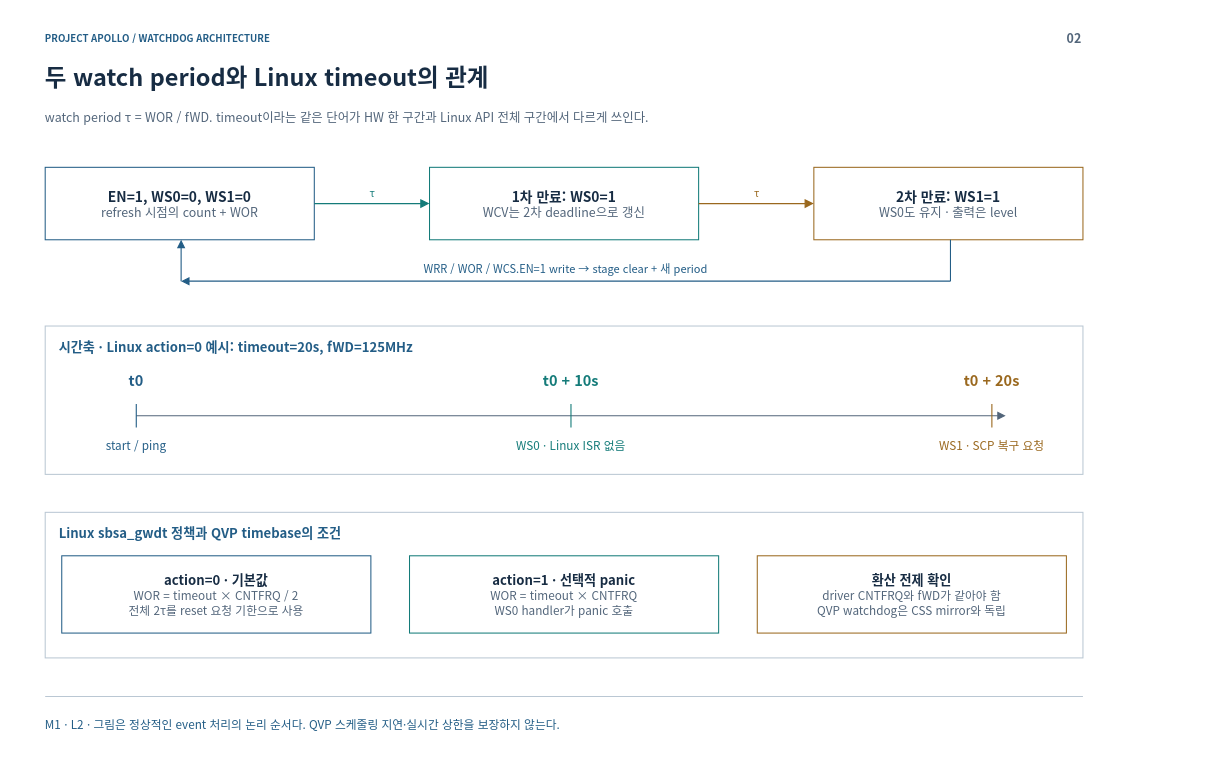
Earlier version of the draw.io diagram page "02-stages" (2 of 20) of doc/phase1/watchdog/apollo-watchdog-architecture.drawio (cometzero/project-apollo). Source tidied: cells renumbered, new cells numbered last; positions are measured from the earlier drawing's top-left corner, leaving out a move shared by most shapes. Both pictures are drawn from the tidied source at 69%, with x=0, y=0 at pixel (12, 12).
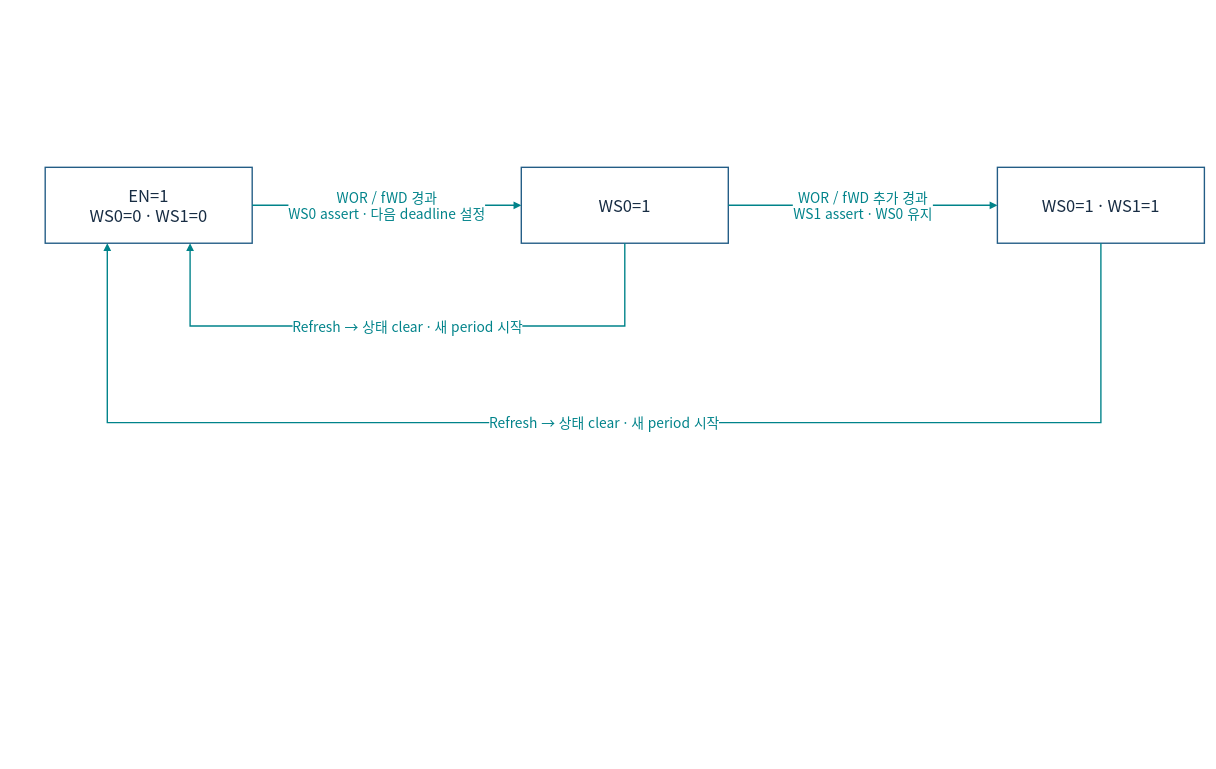
After the change.

Diff of the diagram source:
```diff
@@
-    <mxCell id="2" style="rounded=0;whiteSpace=wrap;html=1;fillColor=#FFFFFF;strokeWidth=1.5;fontFamily=Noto Sans CJK KR;fontSize=18;spacing=12;fontColor=#172C43;strokeColor=none;" parent="1" vertex="1">
-      <mxGeometry width="1600" height="1080" as="geometry" />
-    </mxCell>
-    <mxCell id="3" value="PROJECT APOLLO / WATCHDOG ARCHITECTURE" style="rounded=0;whiteSpace=wrap;html=1;fillColor=#FFFFFF;strokeWidth=1.5;fontFamily=Noto Sans CJK KR;fontSize=18;spacing=12;fontColor=#172C43;strokeColor=none;fillColor=none;spacing=0;align=left;verticalAlign=middle;fontSize=14;fontColor=#235D86;fontStyle=1;" parent="1" vertex="1">
-      <mxGeometry x="48" y="26" width="1400" height="24" as="geometry" />
-    </mxCell>
-    <mxCell id="4" value="02" style="rounded=0;whiteSpace=wrap;html=1;fillColor=#FFFFFF;strokeWidth=1.5;fontFamily=Noto Sans CJK KR;fontSize=18;spacing=12;fontColor=#172C43;strokeColor=none;fillColor=none;spacing=0;align=right;verticalAlign=middle;fontSize=18;fontColor=#52657A;fontStyle=1;" parent="1" vertex="1">
-      <mxGeometry x="1485" y="23" width="65" height="30" as="geometry" />
-    </mxCell>
-    <mxCell id="5" value="두 watch period와 Linux timeout의 관계" style="rounded=0;whiteSpace=wrap;html=1;fillColor=#FFFFFF;strokeWidth=1.5;fontFamily=Noto Sans CJK KR;fontSize=18;spacing=12;fontColor=#172C43;strokeColor=none;fillColor=none;spacing=0;align=left;verticalAlign=middle;fontSize=34;fontColor=#172C43;fontStyle=1;" parent="1" vertex="1">
-      <mxGeometry x="48" y="67" width="1504" height="54" as="geometry" />
-    </mxCell>
-    <mxCell id="6" value="watch period τ = WOR / fWD. timeout이라는 같은 단어가 HW 한 구간과 Linux API 전체 구간에서 다르게 쓰인다." style="rounded=0;whiteSpace=wrap;html=1;fillColor=#FFFFFF;strokeWidth=1.5;fontFamily=Noto Sans CJK KR;fontSize=18;spacing=12;fontColor=#172C43;strokeColor=none;fillColor=none;spacing=0;align=left;verticalAlign=middle;fontSize=18;fontColor=#52657A;fontStyle=0;" parent="1" vertex="1">
-      <mxGeometry x="48" y="127" width="1504" height="50" as="geometry" />
-    </mxCell>
-    <mxCell id="7" style="html=1;whiteSpace=nowrap;edgeStyle=none;endArrow=none;endSize=8;strokeWidth=1.6;strokeColor=#BAC7D3;fontColor=#BAC7D3;fontFamily=Noto Sans CJK KR;fontSize=16;labelBackgroundColor=#FFFFFF;dashed=0;" parent="1" edge="1">
-      <mxGeometry relative="1" as="geometry">
-        <mxPoint x="48" y="992" as="sourcePoint" />
-        <mxPoint x="1552" y="992" as="targetPoint" />
-      </mxGeometry>
-    </mxCell>
-    <mxCell id="8" value="M1 · L2 · 그림은 정상적인 event 처리의 논리 순서다. QVP 스케줄링 지연·실시간 상한을 보장하지 않는다." style="rounded=0;whiteSpace=wrap;html=1;fillColor=#FFFFFF;strokeWidth=1.5;fontFamily=Noto Sans CJK KR;fontSize=18;spacing=12;fontColor=#172C43;strokeColor=none;fillColor=none;spacing=0;align=left;verticalAlign=middle;fontSize=17;fontColor=#235D86;fontStyle=0;" parent="1" vertex="1">
-      <mxGeometry x="48" y="1007" width="1504" height="50" as="geometry" />
-    </mxCell>
-    <mxCell id="9" value="&lt;b style=&quot;font-size:20px&quot;&gt;EN=1, WS0=0, WS1=0&lt;/b&gt;&lt;br&gt;&lt;font color=&quot;#52657A&quot; style=&quot;font-size:18px&quot;&gt;refresh 시점의 count + WOR&lt;/font&gt;" style="rounded=0;whiteSpace=wrap;html=1;fillColor=#FFFFFF;strokeWidth=1.5;fontFamily=Noto Sans CJK KR;fontSize=18;spacing=12;fontColor=#172C43;strokeColor=#235D86;" parent="1" vertex="1">
-      <mxGeometry x="48" y="225" width="390" height="105" as="geometry" />
+    <mxCell id="9" value="EN=1&lt;br&gt;WS0=0 · WS1=0" style="rounded=0;whiteSpace=wrap;html=1;fillColor=#FFFFFF;strokeColor=#235D86;strokeWidth=2;fontColor=#172C43;fontFamily=Noto Sans CJK KR;fontSize=24;spacing=10;" parent="1" vertex="1">
+      <mxGeometry x="48" y="225" width="300" height="110" as="geometry" />
     </mxCell>
-    <mxCell id="10" value="&lt;b style=&quot;font-size:20px&quot;&gt;1차 만료: WS0=1&lt;/b&gt;&lt;br&gt;&lt;font color=&quot;#52657A&quot; style=&quot;font-size:18px&quot;&gt;WCV는 2차 deadline으로 갱신&lt;/font&gt;" style="rounded=0;whiteSpace=wrap;html=1;fillColor=#FFFFFF;strokeWidth=1.5;fontFamily=Noto Sans CJK KR;fontSize=18;spacing=12;fontColor=#172C43;strokeColor=#147B79;" parent="1" vertex="1">
-      <mxGeometry x="605" y="225" width="390" height="105" as="geometry" />
-    </mxCell>
-    <mxCell id="11" value="&lt;b style=&quot;font-size:20px&quot;&gt;2차 만료: WS1=1&lt;/b&gt;&lt;br&gt;&lt;font color=&quot;#52657A&quot; style=&quot;font-size:18px&quot;&gt;WS0도 유지 · 출력은 level&lt;/font&gt;" style="rounded=0;whiteSpace=wrap;html=1;fillColor=#FFFFFF;strokeWidth=1.5;fontFamily=Noto Sans CJK KR;fontSize=18;spacing=12;fontColor=#172C43;strokeColor=#9A681E;" parent="1" vertex="1">
-      <mxGeometry x="1162" y="225" width="390" height="105" as="geometry" />
-    </mxCell>
-    <mxCell id="12" value="τ" style="html=1;whiteSpace=nowrap;edgeStyle=orthogonalEdgeStyle;rounded=0;endArrow=block;endSize=9;strokeWidth=1.7;strokeColor=#147B79;fontColor=#147B79;fontFamily=Noto Sans CJK KR;fontSize=15;labelBackgroundColor=#FFFFFF;" parent="1" edge="1" source="9" target="10">
-      <mxGeometry relative="1" as="geometry">
-        <mxPoint y="-16" as="offset" />
-      </mxGeometry>
-    </mxCell>
-    <mxCell id="13" value="τ" style="html=1;whiteSpace=nowrap;edgeStyle=orthogonalEdgeStyle;rounded=0;endArrow=block;endSize=9;strokeWidth=1.7;strokeColor=#9A681E;fontColor=#9A681E;fontFamily=Noto Sans CJK KR;fontSize=15;labelBackgroundColor=#FFFFFF;" parent="1" edge="1" source="10" target="11">
-      <mxGeometry relative="1" as="geometry">
-        <mxPoint y="-16" as="offset" />
-      </mxGeometry>
-    </mxCell>
-    <mxCell id="14" style="html=1;whiteSpace=nowrap;edgeStyle=none;endArrow=none;endSize=8;strokeWidth=1.6;strokeColor=#235D86;fontColor=#235D86;fontFamily=Noto Sans CJK KR;fontSize=16;labelBackgroundColor=#FFFFFF;dashed=0;" parent="1" edge="1">
-      <mxGeometry relative="1" as="geometry">
-        <mxPoint x="1360" y="330" as="sourcePoint" />
-        <mxPoint x="1360" y="390" as="targetPoint" />
-      </mxGeometry>
-    </mxCell>
-    <mxCell id="15" value="WRR / WOR / WCS.EN=1 write → stage clear + 새 period" style="html=1;whiteSpace=nowrap;edgeStyle=none;endArrow=block;endSize=8;strokeWidth=1.6;strokeColor=#235D86;fontColor=#235D86;fontFamily=Noto Sans CJK KR;fontSize=16;labelBackgroundColor=#FFFFFF;dashed=0;" parent="1" edge="1">
-      <mxGeometry relative="1" as="geometry">
-        <mxPoint x="1360" y="390" as="sourcePoint" />
-        <mxPoint x="245" y="390" as="targetPoint" />
-        <mxPoint y="-18" as="offset" />
-      </mxGeometry>
-    </mxCell>
-    <mxCell id="16" style="html=1;whiteSpace=nowrap;edgeStyle=none;endArrow=block;endSize=8;strokeWidth=1.6;strokeColor=#235D86;fontColor=#235D86;fontFamily=Noto Sans CJK KR;fontSize=16;labelBackgroundColor=#FFFFFF;dashed=0;" parent="1" edge="1">
-      <mxGeometry relative="1" as="geometry">
-        <mxPoint x="245" y="390" as="sourcePoint" />
-        <mxPoint x="245" y="330" as="targetPoint" />
-      </mxGeometry>
-    </mxCell>
-    <mxCell id="17" style="rounded=0;whiteSpace=wrap;html=1;fillColor=#FFFFFF;strokeWidth=1.5;fontFamily=Noto Sans CJK KR;fontSize=18;spacing=12;fontColor=#172C43;strokeColor=#BAC7D3;" parent="1" vertex="1">
-      <mxGeometry x="48" y="455" width="1504" height="215" as="geometry" />
-    </mxCell>
-    <mxCell id="18" value="시간축 · Linux action=0 예시: timeout=20s, fWD=125MHz" style="rounded=0;whiteSpace=wrap;html=1;fillColor=#FFFFFF;strokeWidth=1.5;fontFamily=Noto Sans CJK KR;fontSize=18;spacing=12;fontColor=#172C43;strokeColor=none;fillColor=none;spacing=0;align=left;verticalAlign=middle;fontSize=19;fontColor=#235D86;fontStyle=1;" parent="1" vertex="1">
-      <mxGeometry x="68" y="469" width="1464" height="32" as="geometry" />
-    </mxCell>
-    <mxCell id="19" style="html=1;whiteSpace=nowrap;edgeStyle=none;endArrow=block;endSize=8;strokeWidth=1.6;strokeColor=#52657A;fontColor=#52657A;fontFamily=Noto Sans CJK KR;fontSize=16;labelBackgroundColor=#FFFFFF;dashed=0;" parent="1" edge="1">
-      <mxGeometry relative="1" as="geometry">
-        <mxPoint x="180" y="585" as="sourcePoint" />
-        <mxPoint x="1440" y="585" as="targetPoint" />
-      </mxGeometry>
-    </mxCell>
-    <mxCell id="20" style="html=1;whiteSpace=nowrap;edgeStyle=none;endArrow=none;endSize=8;strokeWidth=1.6;strokeColor=#235D86;fontColor=#235D86;fontFamily=Noto Sans CJK KR;fontSize=16;labelBackgroundColor=#FFFFFF;dashed=0;" parent="1" edge="1">
-      <mxGeometry relative="1" as="geometry">
-        <mxPoint x="180" y="568" as="sourcePoint" />
-        <mxPoint x="180" y="602" as="targetPoint" />
-      </mxGeometry>
-    </mxCell>
-    <mxCell id="21" value="t0" style="rounded=0;whiteSpace=wrap;html=1;fillColor=#FFFFFF;strokeWidth=1.5;fontFamily=Noto Sans CJK KR;fontSize=18;spacing=12;fontColor=#172C43;strokeColor=none;fillColor=none;spacing=0;align=center;verticalAlign=middle;fontSize=21;fontColor=#235D86;fontStyle=1;" parent="1" vertex="1">
-      <mxGeometry x="20" y="510" width="320" height="45" as="geometry" />
-    </mxCell>
-    <mxCell id="22" value="start / ping" style="rounded=0;whiteSpace=wrap;html=1;fillColor=#FFFFFF;strokeWidth=1.5;fontFamily=Noto Sans CJK KR;fontSize=18;spacing=12;fontColor=#172C43;strokeColor=none;fillColor=none;spacing=0;align=center;verticalAlign=middle;fontSize=17;fontColor=#235D86;fontStyle=0;" parent="1" vertex="1">
-      <mxGeometry x="15" y="612" width="330" height="32" as="geometry" />
-    </mxCell>
-    <mxCell id="23" style="html=1;whiteSpace=nowrap;edgeStyle=none;endArrow=none;endSize=8;strokeWidth=1.6;strokeColor=#147B79;fontColor=#147B79;fontFamily=Noto Sans CJK KR;fontSize=16;labelBackgroundColor=#FFFFFF;dashed=0;" parent="1" edge="1">
-      <mxGeometry relative="1" as="geometry">
-        <mxPoint x="810" y="568" as="sourcePoint" />
-        <mxPoint x="810" y="602" as="targetPoint" />
-      </mxGeometry>
-    </mxCell>
-    <mxCell id="24" value="t0 + 10s" style="rounded=0;whiteSpace=wrap;html=1;fillColor=#FFFFFF;strokeWidth=1.5;fontFamily=Noto Sans CJK KR;fontSize=18;spacing=12;fontColor=#172C43;strokeColor=none;fillColor=none;spacing=0;align=center;verticalAlign=middle;fontSize=21;fontColor=#147B79;fontStyle=1;" parent="1" vertex="1">
-      <mxGeometry x="650" y="510" width="320" height="45" as="geometry" />
-    </mxCell>
-    <mxCell id="25" value="WS0 · Linux ISR 없음" style="rounded=0;whiteSpace=wrap;html=1;fillColor=#FFFFFF;strokeWidth=1.5;fontFamily=Noto Sans CJK KR;fontSize=18;spacing=12;fontColor=#172C43;strokeColor=none;fillColor=none;spacing=0;align=center;verticalAlign=middle;fontSize=17;fontColor=#147B79;fontStyle=0;" parent="1" vertex="1">
-      <mxGeometry x="645" y="612" width="330" height="32" as="geometry" />
-    </mxCell>
-    <mxCell id="26" style="html=1;whiteSpace=nowrap;edgeStyle=none;endArrow=none;endSize=8;strokeWidth=1.6;strokeColor=#9A681E;fontColor=#9A681E;fontFamily=Noto Sans CJK KR;fontSize=16;labelBackgroundColor=#FFFFFF;dashed=0;" parent="1" edge="1">
-      <mxGeometry relative="1" as="geometry">
-        <mxPoint x="1420" y="568" as="sourcePoint" />
-        <mxPoint x="1420" y="602" as="targetPoint" />
-      </mxGeometry>
-    </mxCell>
-    <mxCell id="27" value="t0 + 20s" style="rounded=0;whiteSpace=wrap;html=1;fillColor=#FFFFFF;strokeWidth=1.5;fontFamily=Noto Sans CJK KR;fontSize=18;spacing=12;fontColor=#172C43;strokeColor=none;fillColor=none;spacing=0;align=center;verticalAlign=middle;fontSize=21;fontColor=#9A681E;fontStyle=1;" parent="1" vertex="1">
-      <mxGeometry x="1260" y="510" width="320" height="45" as="geometry" />
-    </mxCell>
-    <mxCell id="28" value="WS1 · SCP 복구 요청" style="rounded=0;whiteSpace=wrap;html=1;fillColor=#FFFFFF;strokeWidth=1.5;fontFamily=Noto Sans CJK KR;fontSize=18;spacing=12;fontColor=#172C43;strokeColor=none;fillColor=none;spacing=0;align=center;verticalAlign=middle;fontSize=17;fontColor=#9A681E;fontStyle=0;" parent="1" vertex="1">
-      <mxGeometry x="1255" y="612" width="330" height="32" as="geometry" />
-    </mxCell>
-    <mxCell id="29" style="rounded=0;whiteSpace=wrap;html=1;fillColor=#FFFFFF;strokeWidth=1.5;fontFamily=Noto Sans CJK KR;fontSize=18;spacing=12;fontColor=#172C43;strokeColor=#BAC7D3;" parent="1" vertex="1">
-      <mxGeometry x="48" y="725" width="1504" height="211" as="geometry" />
-    </mxCell>
-    <mxCell id="30" value="Linux sbsa_gwdt 정책과 QVP timebase의 조건" style="rounded=0;whiteSpace=wrap;html=1;fillColor=#FFFFFF;strokeWidth=1.5;fontFamily=Noto Sans CJK KR;fontSize=18;spacing=12;fontColor=#172C43;strokeColor=none;fillColor=none;spacing=0;align=left;verticalAlign=middle;fontSize=19;fontColor=#235D86;fontStyle=1;" parent="1" vertex="1">
-      <mxGeometry x="68" y="739" width="1464" height="32" as="geometry" />
-    </mxCell>
-    <mxCell id="31" value="&lt;b style=&quot;font-size:19px&quot;&gt;action=0 · 기본값&lt;/b&gt;&lt;br&gt;&lt;font color=&quot;#52657A&quot; style=&quot;font-size:17px&quot;&gt;WOR = timeout × CNTFRQ / 2&lt;br&gt;전체 2τ를 reset 요청 기한으로 사용&lt;/font&gt;" style="rounded=0;whiteSpace=wrap;html=1;fillColor=#FFFFFF;strokeWidth=1.5;fontFamily=Noto Sans CJK KR;fontSize=18;spacing=12;fontColor=#172C43;strokeColor=#235D86;" parent="1" vertex="1">
-      <mxGeometry x="72" y="788" width="448" height="112" as="geometry" />
-    </mxCell>
-    <mxCell id="32" value="&lt;b style=&quot;font-size:19px&quot;&gt;action=1 · 선택적 panic&lt;/b&gt;&lt;br&gt;&lt;font color=&quot;#52657A&quot; style=&quot;font-size:17px&quot;&gt;WOR = timeout × CNTFRQ&lt;br&gt;WS0 handler가 panic 호출&lt;/font&gt;" style="rounded=0;whiteSpace=wrap;html=1;fillColor=#FFFFFF;strokeWidth=1.5;fontFamily=Noto Sans CJK KR;fontSize=18;spacing=12;fontColor=#172C43;strokeColor=#147B79;" parent="1" vertex="1">
-      <mxGeometry x="576" y="788" width="448" height="112" as="geometry" />
-    </mxCell>
-    <mxCell id="33" value="&lt;b style=&quot;font-size:19px&quot;&gt;환산 전제 확인&lt;/b&gt;&lt;br&gt;&lt;font color=&quot;#52657A&quot; style=&quot;font-size:17px&quot;&gt;driver CNTFRQ와 fWD가 같아야 함&lt;br&gt;QVP watchdog은 CSS mirror와 독립&lt;/font&gt;" style="rounded=0;whiteSpace=wrap;html=1;fillColor=#FFFFFF;strokeWidth=1.5;fontFamily=Noto Sans CJK KR;fontSize=18;spacing=12;fontColor=#172C43;strokeColor=#9A681E;" parent="1" vertex="1">
-      <mxGeometry x="1080" y="788" width="448" height="112" as="geometry" />
-    </mxCell>
+    <mxCell id="34" value="WS0=1" style="rounded=0;whiteSpace=wrap;html=1;fillColor=#FFFFFF;strokeColor=#235D86;strokeWidth=2;fontColor=#172C43;fontFamily=Noto Sans CJK KR;fontSize=24;spacing=10;" parent="1" vertex="1">
+      <mxGeometry x="738" y="225" width="300" height="110" as="geometry" />
+    </mxCell>
+    <mxCell id="35" value="WS0=1 · WS1=1" style="rounded=0;whiteSpace=wrap;html=1;fillColor=#FFFFFF;strokeColor=#235D86;strokeWidth=2;fontColor=#172C43;fontFamily=Noto Sans CJK KR;fontSize=24;spacing=10;" parent="1" vertex="1">
+      <mxGeometry x="1428" y="225" width="300" height="110" as="geometry" />
+    </mxCell>
+    <mxCell id="36" value="WOR / fWD 경과&lt;br&gt;WS0 assert · 다음 deadline 설정" style="edgeStyle=orthogonalEdgeStyle;rounded=0;html=1;endArrow=block;endFill=1;strokeWidth=2;strokeColor=#00838A;fontColor=#00838A;fontFamily=Noto Sans CJK KR;fontSize=20;labelBackgroundColor=#FFFFFF;jumpStyle=arc;exitX=1;exitY=0.5;entryX=0;entryY=0.5;" parent="1" edge="1" source="9" target="34">
+      <mxGeometry relative="1" as="geometry" />
+    </mxCell>
+    <mxCell id="37" value="WOR / fWD 추가 경과&lt;br&gt;WS1 assert · WS0 유지" style="edgeStyle=orthogonalEdgeStyle;rounded=0;html=1;endArrow=block;endFill=1;strokeWidth=2;strokeColor=#00838A;fontColor=#00838A;fontFamily=Noto Sans CJK KR;fontSize=20;labelBackgroundColor=#FFFFFF;jumpStyle=arc;exitX=1;exitY=0.5;entryX=0;entryY=0.5;" parent="1" edge="1" source="34" target="35">
+      <mxGeometry relative="1" as="geometry" />
+    </mxCell>
+    <mxCell id="38" value="Refresh → 상태 clear · 새 period 시작" style="edgeStyle=orthogonalEdgeStyle;rounded=0;html=1;endArrow=block;endFill=1;strokeWidth=2;strokeColor=#00838A;fontColor=#00838A;fontFamily=Noto Sans CJK KR;fontSize=20;labelBackgroundColor=#FFFFFF;jumpStyle=arc;exitX=0.5;exitY=1;entryX=0.7;entryY=1;" parent="1" edge="1" source="34" target="9">
+      <mxGeometry relative="1" as="geometry">
+        <Array as="points">
+          <mxPoint x="888" y="455" />
+          <mxPoint x="258" y="455" />
+        </Array>
+      </mxGeometry>
+    </mxCell>
+    <mxCell id="39" value="Refresh → 상태 clear · 새 period 시작" style="edgeStyle=orthogonalEdgeStyle;rounded=0;html=1;endArrow=block;endFill=1;strokeWidth=2;strokeColor=#00838A;fontColor=#00838A;fontFamily=Noto Sans CJK KR;fontSize=20;labelBackgroundColor=#FFFFFF;jumpStyle=arc;exitX=0.5;exitY=1;entryX=0.3;entryY=1;" parent="1" edge="1" source="35" target="9">
+      <mxGeometry relative="1" as="geometry">
+        <Array as="points">
+          <mxPoint x="1578" y="595" />
+          <mxPoint x="138" y="595" />
+        </Array>
+      </mxGeometry>
+    </mxCell>
```
